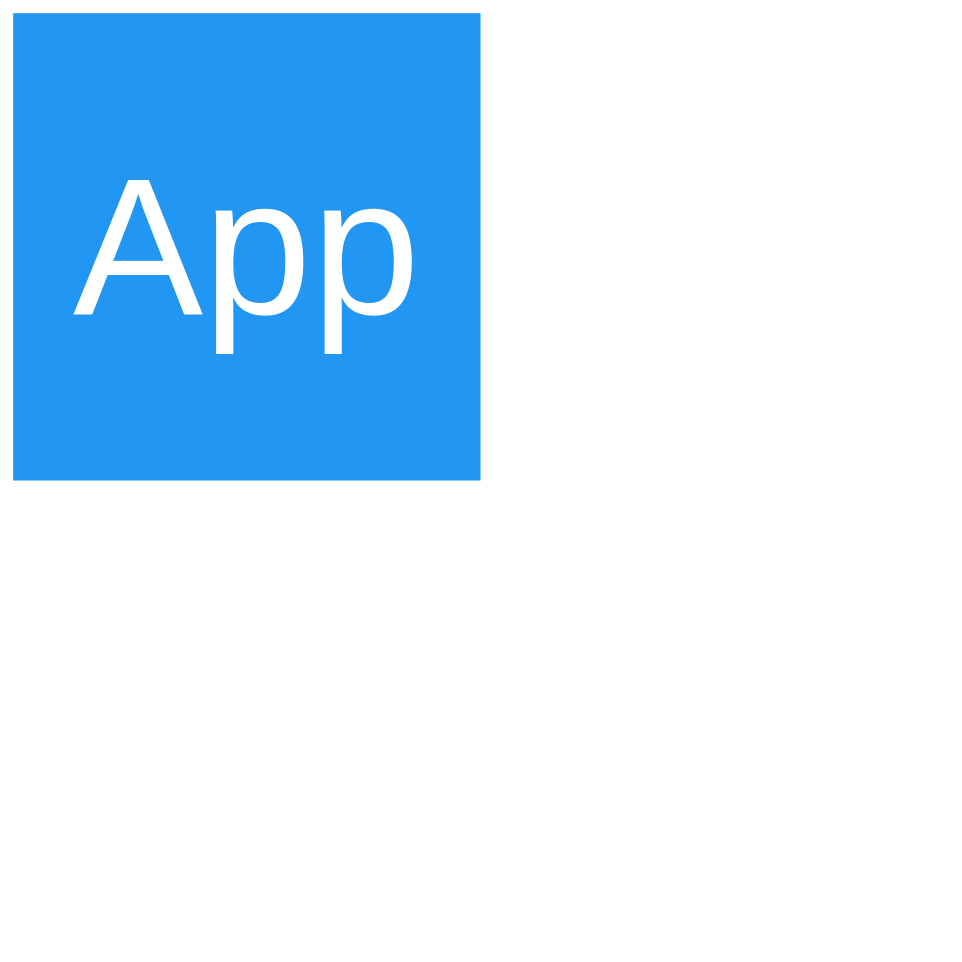
This is templates/icon.drawio.xml from scriptPilot/app-framework, a draw.io file, before an edit. Source tidied: cells renumbered, new cells numbered last; positions are measured from the earlier drawing's top-left corner, leaving out a move shared by most shapes. Both pictures are drawn from the tidied source at 78%, with x=0, y=0 at pixel (13, 13).
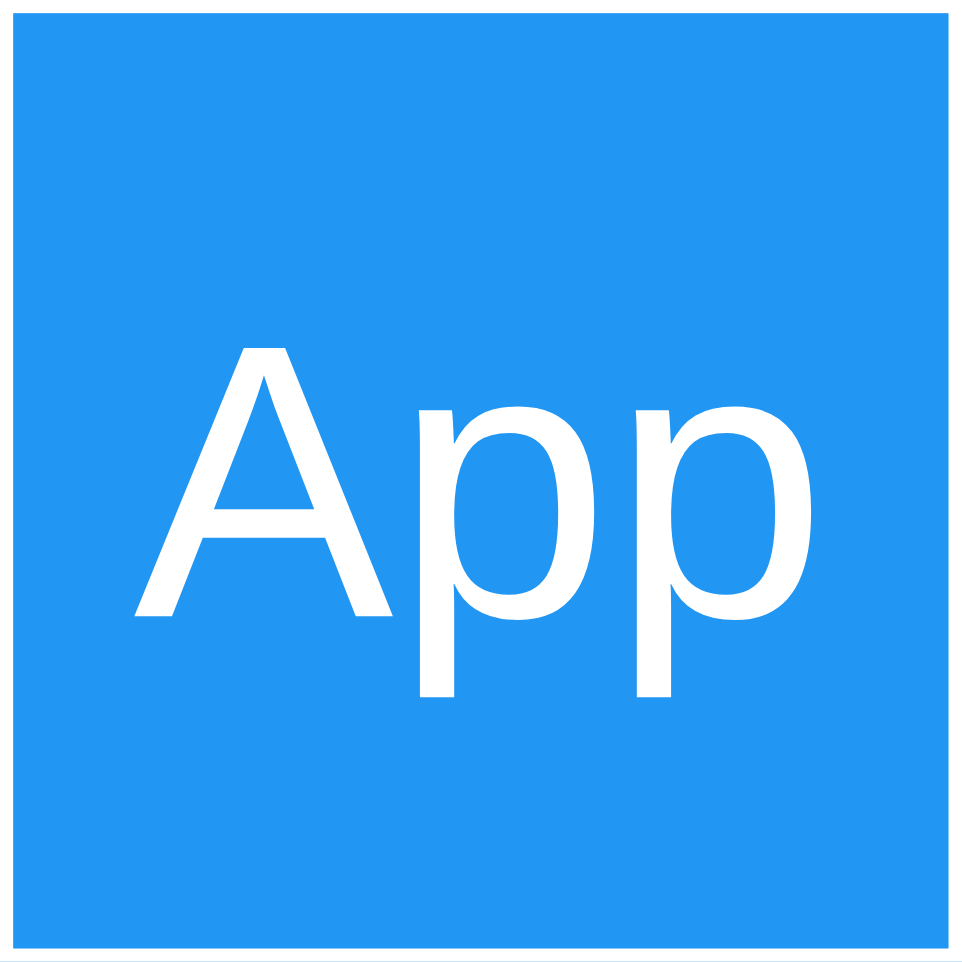
The same page after the edit.

What changed in the source:
```diff
@@
 <mxGraphModel>
   <root>
     <mxCell id="0" />
     <mxCell id="1" parent="0" />
-    <mxCell id="2" value="&lt;font style=&quot;font-size: 250px&quot;&gt;App&lt;/font&gt;" style="rounded=0;whiteSpace=wrap;html=1;fillColor=#2196f3;fontColor=#ffffff;strokeColor=#2196f3;" parent="1" vertex="1">
-      <mxGeometry width="598" height="598" as="geometry" />
+    <mxCell id="2" value="&lt;font style=&quot;font-size: 500px&quot;&gt;App&lt;/font&gt;" style="rounded=0;whiteSpace=wrap;html=1;fillColor=#2196f3;fontColor=#ffffff;strokeColor=#2196f3;" parent="1" vertex="1">
+      <mxGeometry width="1198" height="1198" as="geometry" />
     </mxCell>
   </root>
 </mxGraphModel>
```
